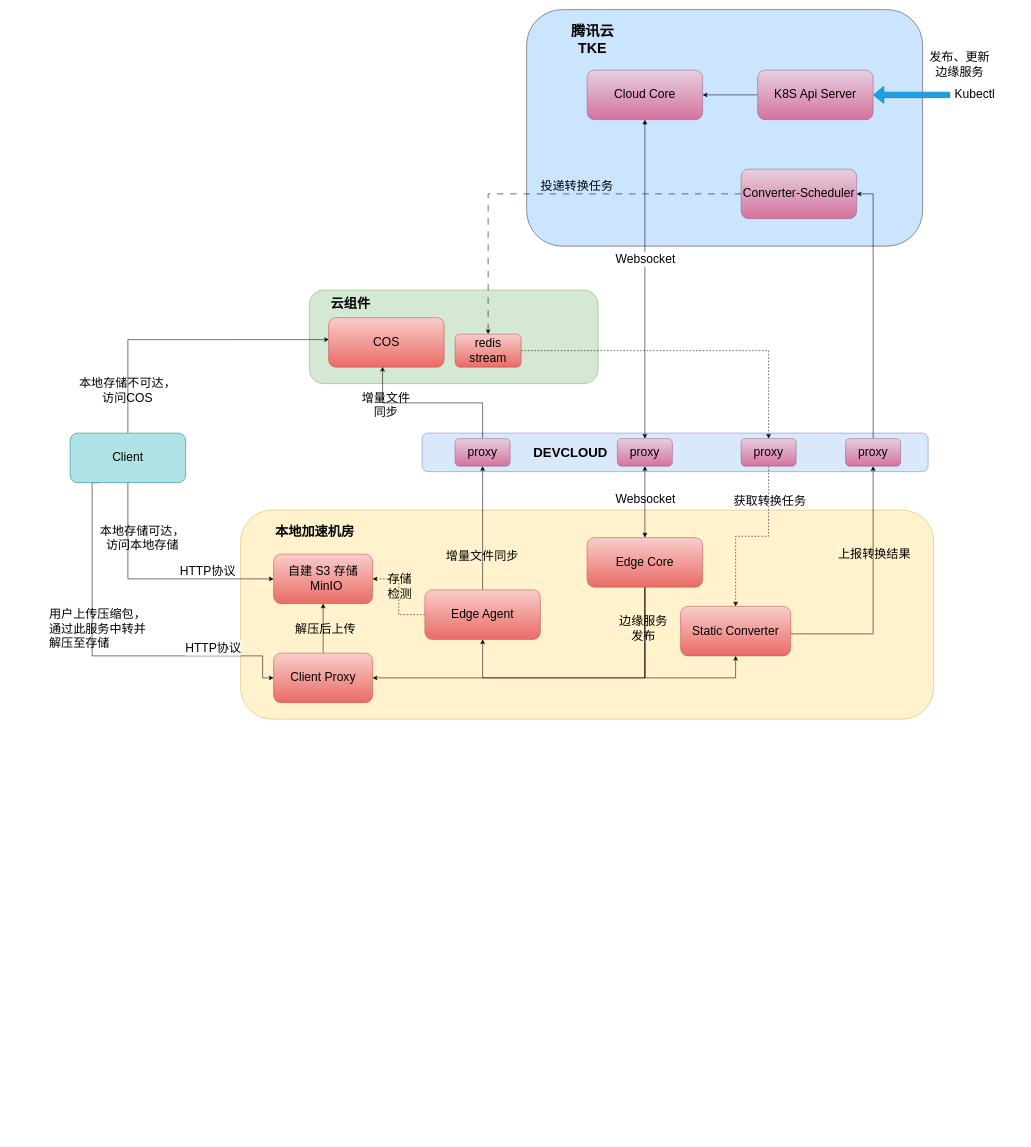
furick/design keeps this draw.io diagram as 本地存储架构-简化.drawio. Above is the earlier version. Source tidied: cells renumbered, new cells numbered last; positions are measured from the earlier drawing's top-left corner, leaving out a move shared by most shapes. Both pictures are drawn from the tidied source at 55%, with x=0, y=0 at pixel (48, 9).
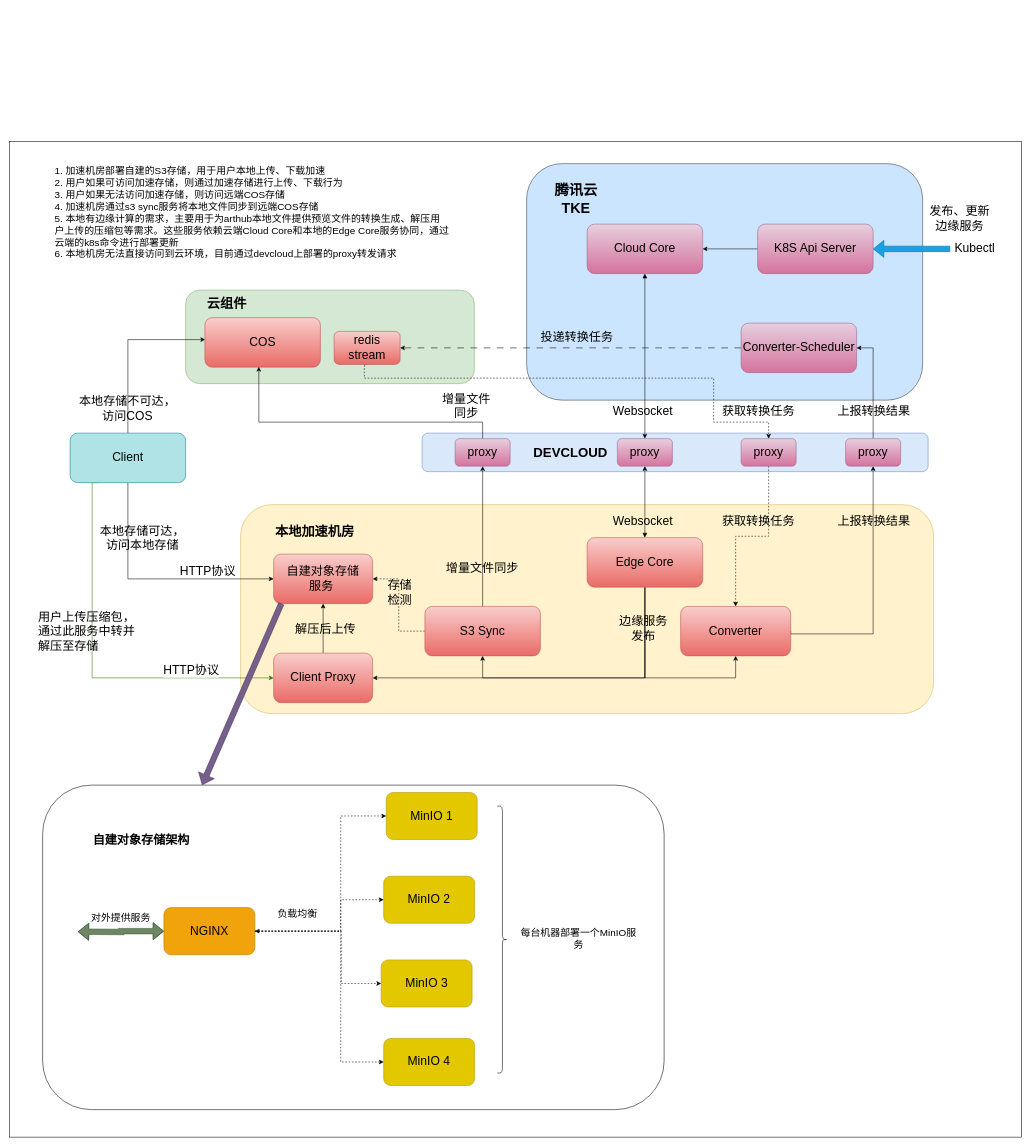
The same page after the edit.

Commit message:
更新本地存储架构-简化.drawio

Unchanged cells that the change refers to:
```xml
<mxCell id="6" style="edgeStyle=orthogonalEdgeStyle;rounded=0;jettySize=auto;html=1;exitX=1;exitY=0.5;exitDx=0;exitDy=0;entryX=0.5;entryY=1;entryDx=0;entryDy=0;" parent="1" edge="1" source="8" target="48">
  <mxGeometry relative="1" as="geometry">
    <Array as="points">
      <mxPoint x="1350" y="1135" />
      <mxPoint x="1500" y="1135" />
    </Array>
  </mxGeometry>
</mxCell>
<mxCell id="9" style="edgeStyle=orthogonalEdgeStyle;rounded=0;jettySize=auto;html=1;exitX=0;exitY=0.5;exitDx=0;exitDy=0;dashed=1;dashPattern=12 12;" parent="1" edge="1" source="11" target="13">
  <mxGeometry relative="1" as="geometry" />
</mxCell>
<mxCell id="22" value="&lt;font style=&quot;font-size: 22px;&quot;&gt;Client&lt;/font&gt;" style="rounded=1;whiteSpace=wrap;html=1;fillColor=#b0e3e6;strokeColor=#0e8088;" parent="1" vertex="1">
  <mxGeometry x="40" y="770" width="210" height="90" as="geometry" />
</mxCell>
<mxCell id="31" style="edgeStyle=orthogonalEdgeStyle;rounded=0;jettySize=auto;html=1;startArrow=block;startFill=1;entryX=0.5;entryY=0;entryDx=0;entryDy=0;" parent="1" edge="1" source="33" target="46">
  <mxGeometry relative="1" as="geometry" />
</mxCell>
<mxCell id="34" style="edgeStyle=orthogonalEdgeStyle;rounded=0;jettySize=auto;html=1;exitX=0.5;exitY=0;exitDx=0;exitDy=0;entryX=0.5;entryY=1;entryDx=0;entryDy=0;strokeColor=default;startArrow=block;startFill=1;" parent="1" edge="1" source="40" target="46">
  <mxGeometry relative="1" as="geometry" />
</mxCell>
<mxCell id="42" style="edgeStyle=orthogonalEdgeStyle;rounded=0;jettySize=auto;html=1;exitX=0.5;exitY=1;exitDx=0;exitDy=0;entryX=0.5;entryY=0;entryDx=0;entryDy=0;dashed=1;" parent="1" edge="1" source="47" target="8">
  <mxGeometry relative="1" as="geometry" />
</mxCell>
<mxCell id="44" value="proxy" style="rounded=1;whiteSpace=wrap;html=1;fontSize=22;fillColor=#e6d0de;gradientColor=#d5739d;strokeColor=#996185;" parent="1" vertex="1">
  <mxGeometry x="740" y="780" width="100" height="50" as="geometry" />
</mxCell>
<mxCell id="47" value="proxy" style="rounded=1;whiteSpace=wrap;html=1;fontSize=22;fillColor=#e6d0de;gradientColor=#d5739d;strokeColor=#996185;" parent="1" vertex="1">
  <mxGeometry x="1260" y="780" width="100" height="50" as="geometry" />
</mxCell>
<mxCell id="60" value="Client Proxy" style="rounded=1;whiteSpace=wrap;html=1;fontSize=22;fillColor=#f8cecc;gradientColor=#ea6b66;strokeColor=#b85450;" parent="1" vertex="1">
  <mxGeometry x="410" y="1170" width="180" height="90" as="geometry" />
</mxCell>
```

The edit, as a diff of the source:
```diff
@@
+    <mxCell id="62" style="rounded=0;whiteSpace=wrap;html=1;" parent="1" vertex="1">
+      <mxGeometry x="-70" y="240" width="1840" height="1810" as="geometry" />
+    </mxCell>
     <mxCell id="2" style="rounded=1;whiteSpace=wrap;html=1;fillColor=#cce5ff;strokeColor=#36393d;" parent="1" vertex="1">
-      <mxGeometry x="870" width="720" height="430" as="geometry" />
+      <mxGeometry x="870" y="280" width="720" height="430" as="geometry" />
     </mxCell>
     <mxCell id="3" style="rounded=1;whiteSpace=wrap;html=1;fillColor=#d5e8d4;strokeColor=#82b366;" parent="1" vertex="1">
-      <mxGeometry x="475" y="510" width="525" height="170" as="geometry" />
+      <mxGeometry x="250" y="510" width="525" height="170" as="geometry" />
     </mxCell>
     <mxCell id="4" style="rounded=1;whiteSpace=wrap;html=1;fillColor=#fff2cc;strokeColor=#d6b656;" parent="1" vertex="1">
-      <mxGeometry x="350" y="910" width="1260" height="380" as="geometry" />
+      <mxGeometry x="350" y="900" width="1260" height="380" as="geometry" />
     </mxCell>
@@
     <mxCell id="7" value="&lt;font style=&quot;font-size: 22px;&quot;&gt;上报转换结果&lt;/font&gt;" style="edgeLabel;html=1;align=center;verticalAlign=middle;labelBackgroundColor=none;" parent="6" vertex="1">
       <mxGeometry x="0.31" y="-1" relative="1" as="geometry">
-        <mxPoint y="1" as="offset" />
+        <mxPoint x="-1" y="-59" as="offset" />
       </mxGeometry>
     </mxCell>
-    <mxCell id="8" value="Static Converter" style="rounded=1;whiteSpace=wrap;html=1;fontSize=22;fillColor=#f8cecc;gradientColor=#ea6b66;strokeColor=#b85450;" parent="1" vertex="1">
+    <mxCell id="8" value="Converter" style="rounded=1;whiteSpace=wrap;html=1;fontSize=22;fillColor=#f8cecc;gradientColor=#ea6b66;strokeColor=#b85450;" parent="1" vertex="1">
       <mxGeometry x="1150" y="1085" width="200" height="90" as="geometry" />
     </mxCell>
@@
     <mxCell id="10" value="&lt;font style=&quot;font-size: 22px;&quot;&gt;投递转换任务&lt;/font&gt;" style="edgeLabel;html=1;align=center;verticalAlign=middle;labelBackgroundColor=none;" parent="9" vertex="1">
       <mxGeometry x="-0.16" y="-1" relative="1" as="geometry">
-        <mxPoint y="-14" as="offset" />
+        <mxPoint x="-40" y="-19" as="offset" />
       </mxGeometry>
     </mxCell>
     <mxCell id="11" value="Converter-Scheduler" style="rounded=1;whiteSpace=wrap;html=1;fontSize=22;fillColor=#e6d0de;gradientColor=#d5739d;strokeColor=#996185;" parent="1" vertex="1">
-      <mxGeometry x="1260" y="290" width="210" height="90" as="geometry" />
+      <mxGeometry x="1260" y="570" width="210" height="90" as="geometry" />
     </mxCell>
-    <mxCell id="12" style="edgeStyle=orthogonalEdgeStyle;rounded=0;jettySize=auto;html=1;entryX=0.5;entryY=0;entryDx=0;entryDy=0;dashed=1;" parent="1" edge="1" source="13" target="47">
-      <mxGeometry relative="1" as="geometry" />
+    <mxCell id="12" style="edgeStyle=orthogonalEdgeStyle;rounded=0;jettySize=auto;html=1;entryX=0.5;entryY=0;entryDx=0;entryDy=0;dashed=1;exitX=0.5;exitY=1;exitDx=0;exitDy=0;" parent="1" edge="1" source="13" target="47">
+      <mxGeometry relative="1" as="geometry">
+        <Array as="points">
+          <mxPoint x="575" y="670" />
+          <mxPoint x="1210" y="670" />
+          <mxPoint x="1210" y="750" />
+          <mxPoint x="1310" y="750" />
+        </Array>
+      </mxGeometry>
     </mxCell>
     <mxCell id="13" value="&lt;font style=&quot;font-size: 22px;&quot;&gt;redis stream&lt;/font&gt;" style="rounded=1;whiteSpace=wrap;html=1;fillColor=#f8cecc;gradientColor=#ea6b66;strokeColor=#b85450;" parent="1" vertex="1">
-      <mxGeometry x="740" y="590" width="120" height="60" as="geometry" />
+      <mxGeometry x="520" y="585" width="120" height="60" as="geometry" />
     </mxCell>
-    <mxCell id="14" value="自建 S3 存储&lt;br style=&quot;font-size: 22px;&quot;&gt;&amp;nbsp; &amp;nbsp;MinIO&lt;span style=&quot;white-space: pre; font-size: 22px;&quot;&gt; &lt;/span&gt;" style="rounded=1;whiteSpace=wrap;html=1;fontSize=22;fillColor=#f8cecc;gradientColor=#ea6b66;strokeColor=#b85450;" parent="1" vertex="1">
+    <mxCell id="14" value="自建对象存储&lt;br&gt;服务&lt;span style=&quot;white-space: pre; font-size: 22px;&quot;&gt; &lt;/span&gt;" style="rounded=1;whiteSpace=wrap;html=1;fontSize=22;fillColor=#f8cecc;gradientColor=#ea6b66;strokeColor=#b85450;" parent="1" vertex="1">
       <mxGeometry x="410" y="990" width="180" height="90" as="geometry" />
     </mxCell>
@@
-    <mxCell id="20" style="edgeStyle=orthogonalEdgeStyle;rounded=0;jettySize=auto;html=1;exitX=0.25;exitY=1;exitDx=0;exitDy=0;entryX=0;entryY=0.5;entryDx=0;entryDy=0;" parent="1" edge="1" source="22" target="60">
+    <mxCell id="20" style="edgeStyle=orthogonalEdgeStyle;rounded=0;jettySize=auto;html=1;exitX=0.25;exitY=1;exitDx=0;exitDy=0;entryX=0;entryY=0.5;entryDx=0;entryDy=0;fillColor=#60a917;strokeColor=#2D7600;" parent="1" edge="1" source="22" target="60">
       <mxGeometry relative="1" as="geometry">
         <Array as="points">
           <mxPoint x="80" y="860" />
-          <mxPoint x="80" y="1175" />
-          <mxPoint x="390" y="1175" />
-          <mxPoint x="390" y="1215" />
+          <mxPoint x="80" y="1215" />
         </Array>
       </mxGeometry>
     </mxCell>
@@
     <mxCell id="23" value="&lt;font style=&quot;font-size: 22px;&quot;&gt;COS&lt;/font&gt;" style="rounded=1;whiteSpace=wrap;html=1;fillColor=#f8cecc;gradientColor=#ea6b66;strokeColor=#b85450;" parent="1" vertex="1">
-      <mxGeometry x="510" y="560" width="210" height="90" as="geometry" />
+      <mxGeometry x="285" y="560" width="210" height="90" as="geometry" />
     </mxCell>
     <mxCell id="24" style="edgeStyle=orthogonalEdgeStyle;rounded=0;jettySize=auto;html=1;exitX=0.5;exitY=0;exitDx=0;exitDy=0;entryX=0.467;entryY=0.994;entryDx=0;entryDy=0;entryPerimeter=0;" parent="1" edge="1" source="44" target="23">
-      <mxGeometry relative="1" as="geometry" />
+      <mxGeometry relative="1" as="geometry">
+        <Array as="points">
+          <mxPoint x="790" y="750" />
+          <mxPoint x="383" y="750" />
+        </Array>
+      </mxGeometry>
     </mxCell>
     <mxCell id="25" value="&lt;font style=&quot;font-size: 22px;&quot;&gt;增量文件&lt;br&gt;同步&lt;/font&gt;" style="edgeLabel;html=1;align=center;verticalAlign=middle;labelBackgroundColor=none;" parent="24" vertex="1">
-      <mxGeometry x="0.55" y="3" relative="1" as="geometry" />
+      <mxGeometry x="0.55" y="3" relative="1" as="geometry">
+        <mxPoint x="356" y="-33" as="offset" />
+      </mxGeometry>
     </mxCell>
@@
-    <mxCell id="30" value="Edge Agent" style="rounded=1;whiteSpace=wrap;html=1;fontSize=22;fillColor=#f8cecc;gradientColor=#ea6b66;strokeColor=#b85450;" parent="1" vertex="1">
-      <mxGeometry x="685" y="1055" width="210" height="90" as="geometry" />
+    <mxCell id="30" value="S3 Sync" style="rounded=1;whiteSpace=wrap;html=1;fontSize=22;fillColor=#f8cecc;gradientColor=#ea6b66;strokeColor=#b85450;" parent="1" vertex="1">
+      <mxGeometry x="685" y="1085" width="210" height="90" as="geometry" />
     </mxCell>
@@
-    <mxCell id="32" value="&lt;font style=&quot;font-size: 22px;&quot;&gt;Websocket&lt;/font&gt;" style="edgeLabel;html=1;align=center;verticalAlign=middle;" parent="31" vertex="1">
-      <mxGeometry x="-0.14" y="-4" relative="1" as="geometry">
-        <mxPoint x="4" y="4" as="offset" />
-      </mxGeometry>
-    </mxCell>
     <mxCell id="33" value="Cloud Core" style="rounded=1;whiteSpace=wrap;html=1;fontSize=22;fillColor=#e6d0de;gradientColor=#d5739d;strokeColor=#996185;" parent="1" vertex="1">
-      <mxGeometry x="980" y="110" width="210" height="90" as="geometry" />
+      <mxGeometry x="980" y="390" width="210" height="90" as="geometry" />
     </mxCell>
@@
     <mxCell id="35" value="&lt;font style=&quot;font-size: 22px;&quot;&gt;Websocket&lt;/font&gt;" style="edgeLabel;html=1;align=center;verticalAlign=middle;labelBackgroundColor=none;" parent="34" vertex="1">
-      <mxGeometry x="0.07" relative="1" as="geometry" />
+      <mxGeometry x="0.07" relative="1" as="geometry">
+        <mxPoint x="-5" y="40" as="offset" />
+      </mxGeometry>
     </mxCell>
@@
     <mxCell id="43" value="&lt;font style=&quot;font-size: 22px;&quot;&gt;获取转换任务&lt;/font&gt;" style="edgeLabel;html=1;align=center;verticalAlign=middle;labelBackgroundColor=none;" parent="42" vertex="1">
-      <mxGeometry x="-0.6" y="1" relative="1" as="geometry" />
+      <mxGeometry x="-0.6" y="1" relative="1" as="geometry">
+        <mxPoint x="-21" y="37" as="offset" />
+      </mxGeometry>
     </mxCell>
@@
     <mxCell id="49" style="group;fontSize=22;" parent="1" vertex="1">
-      <mxGeometry x="1290" y="110" width="410" height="90" as="geometry" />
+      <mxGeometry x="1290" y="390" width="410" height="90" as="geometry" />
     </mxCell>
@@
     <mxCell id="55" value="&lt;span style=&quot;font-size: 24px;&quot;&gt;&lt;b&gt;云组件&lt;/b&gt;&lt;/span&gt;" style="text;html=1;strokeColor=none;fillColor=none;align=center;verticalAlign=middle;whiteSpace=wrap;rounded=0;" parent="1" vertex="1">
-      <mxGeometry x="500" y="520" width="100" height="30" as="geometry" />
+      <mxGeometry x="275" y="520" width="100" height="30" as="geometry" />
     </mxCell>
     <mxCell id="56" value="&lt;span style=&quot;font-size: 26px;&quot;&gt;&lt;b&gt;腾讯云TKE&lt;/b&gt;&lt;/span&gt;" style="text;html=1;strokeColor=none;fillColor=none;align=center;verticalAlign=middle;whiteSpace=wrap;rounded=0;" parent="1" vertex="1">
-      <mxGeometry x="930" y="40" width="120" height="30" as="geometry" />
+      <mxGeometry x="900" y="330" width="120" height="30" as="geometry" />
     </mxCell>
     <mxCell id="57" value="&lt;font style=&quot;font-size: 22px;&quot;&gt;发布、更新边缘服务&lt;/font&gt;" style="text;html=1;strokeColor=none;fillColor=none;align=center;verticalAlign=middle;whiteSpace=wrap;rounded=0;" parent="1" vertex="1">
-      <mxGeometry x="1600" y="80" width="115" height="40" as="geometry" />
+      <mxGeometry x="1600" y="360" width="115" height="40" as="geometry" />
     </mxCell>
@@
     <mxCell id="61" value="&lt;span style=&quot;font-size: 22px;&quot;&gt;用户上传压缩包，通过此服务中转并解压至存储&lt;/span&gt;" style="text;whiteSpace=wrap;html=1;" parent="1" vertex="1">
-      <mxGeometry y="1080" width="190" height="80" as="geometry" />
+      <mxGeometry x="-20" y="1085" width="190" height="80" as="geometry" />
     </mxCell>
+    <mxCell id="32" value="&lt;font style=&quot;font-size: 22px;&quot;&gt;Websocket&lt;/font&gt;" style="edgeLabel;html=1;align=center;verticalAlign=middle;labelBackgroundColor=none;" parent="1" vertex="1">
+      <mxGeometry x="1080" y="730" as="geometry" />
+    </mxCell>
+    <mxCell id="63" value="&lt;font style=&quot;font-size: 22px;&quot;&gt;获取转换任务&lt;/font&gt;" style="edgeLabel;html=1;align=center;verticalAlign=middle;labelBackgroundColor=none;" parent="1" vertex="1">
+      <mxGeometry x="1290" y="730" as="geometry" />
+    </mxCell>
+    <mxCell id="64" value="&lt;font style=&quot;font-size: 22px;&quot;&gt;上报转换结果&lt;/font&gt;" style="edgeLabel;html=1;align=center;verticalAlign=middle;labelBackgroundColor=none;" parent="1" vertex="1">
+      <mxGeometry x="1500" y="730" as="geometry" />
+    </mxCell>
+    <mxCell id="65" value="&lt;font style=&quot;font-size: 18px;&quot;&gt;1. 加速机房部署自建的S3存储，用于用户本地上传、下载加速&lt;br&gt;2. 用户如果可访问加速存储，则通过加速存储进行上传、下载行为&lt;br&gt;3. 用户如果无法访问加速存储，则访问远端COS存储&lt;br&gt;4. 加速机房通过s3 sync服务将本地文件同步到远端COS存储&lt;br&gt;5. 本地有边缘计算的需求，主要用于为arthub本地文件提供预览文件的转换生成、解压用户上传的压缩包等需求。这些服务依赖云端Cloud Core和本地的Edge Core服务协同，通过云端的k8s命令进行部署更新&lt;br&gt;6. 本地机房无法直接访问到云环境，目前通过devcloud上部署的proxy转发请求&lt;br&gt;&lt;/font&gt;" style="text;html=1;strokeColor=none;fillColor=none;align=left;verticalAlign=middle;whiteSpace=wrap;rounded=0;" parent="1" vertex="1">
+      <mxGeometry x="10" y="270" width="720" height="200" as="geometry" />
+    </mxCell>
+    <mxCell id="66" style="shape=flexArrow;endArrow=classic;html=1;rounded=0;fillColor=#76608a;strokeColor=#432D57;" parent="1" edge="1">
+      <mxGeometry relative="1" as="geometry">
+        <mxPoint x="424" y="1080" as="sourcePoint" />
+        <mxPoint x="280" y="1410" as="targetPoint" />
+      </mxGeometry>
+    </mxCell>
+    <mxCell id="67" style="group;" parent="1" vertex="1">
+      <mxGeometry x="-10" y="1410" width="1130" height="590" as="geometry" />
+    </mxCell>
+    <mxCell id="68" style="rounded=1;whiteSpace=wrap;html=1;" parent="67" vertex="1">
+      <mxGeometry width="1130" height="590" as="geometry" />
+    </mxCell>
+    <mxCell id="69" style="edgeStyle=orthogonalEdgeStyle;shape=flexArrow;rounded=0;jettySize=auto;html=1;exitX=0;exitY=0.5;exitDx=0;exitDy=0;startArrow=block;fillColor=#6d8764;strokeColor=#3A5431;" parent="67" edge="1" source="70">
+      <mxGeometry relative="1" as="geometry">
+        <mxPoint x="64.3" y="266.5" as="targetPoint" />
+      </mxGeometry>
+    </mxCell>
+    <mxCell id="70" value="NGINX" style="rounded=1;whiteSpace=wrap;html=1;fontSize=22;fillColor=#f0a30a;strokeColor=#BD7000;fontColor=#000000;" parent="67" vertex="1">
+      <mxGeometry x="220.5" y="222.7" width="165.4" height="85.6" as="geometry" />
+    </mxCell>
+    <mxCell id="71" value="MinIO 1" style="rounded=1;whiteSpace=wrap;html=1;fontSize=22;fillColor=#e3c800;strokeColor=#B09500;fontColor=#000000;" parent="67" vertex="1">
+      <mxGeometry x="624.7" y="13.3" width="165.4" height="85.6" as="geometry" />
+    </mxCell>
+    <mxCell id="72" style="edgeStyle=orthogonalEdgeStyle;rounded=0;jettySize=auto;html=1;exitX=1;exitY=0.5;exitDx=0;exitDy=0;entryX=0;entryY=0.5;entryDx=0;entryDy=0;dashed=1;" parent="67" edge="1" source="70" target="71">
+      <mxGeometry relative="1" as="geometry">
+        <Array as="points">
+          <mxPoint x="542" y="265.5" />
+          <mxPoint x="542" y="56.1" />
+        </Array>
+      </mxGeometry>
+    </mxCell>
+    <mxCell id="73" value="MinIO 2" style="rounded=1;whiteSpace=wrap;html=1;fontSize=22;fillColor=#e3c800;strokeColor=#B09500;fontColor=#000000;" parent="67" vertex="1">
+      <mxGeometry x="620.1" y="165.6" width="165.4" height="85.6" as="geometry" />
+    </mxCell>
+    <mxCell id="74" style="edgeStyle=orthogonalEdgeStyle;rounded=0;jettySize=auto;html=1;exitX=1;exitY=0.5;exitDx=0;exitDy=0;entryX=0;entryY=0.5;entryDx=0;entryDy=0;dashed=1;" parent="67" edge="1" source="70" target="73">
+      <mxGeometry relative="1" as="geometry">
+        <Array as="points">
+          <mxPoint x="542" y="265.5" />
+          <mxPoint x="542" y="208.4" />
+        </Array>
+      </mxGeometry>
+    </mxCell>
+    <mxCell id="75" value="MinIO 3" style="rounded=1;whiteSpace=wrap;html=1;fontSize=22;fillColor=#e3c800;strokeColor=#B09500;fontColor=#000000;" parent="67" vertex="1">
+      <mxGeometry x="615.5" y="317.8" width="165.4" height="85.6" as="geometry" />
+    </mxCell>
+    <mxCell id="76" style="edgeStyle=orthogonalEdgeStyle;rounded=0;jettySize=auto;html=1;exitX=1;exitY=0.5;exitDx=0;exitDy=0;entryX=0;entryY=0.5;entryDx=0;entryDy=0;dashed=1;" parent="67" edge="1" source="70" target="75">
+      <mxGeometry relative="1" as="geometry">
+        <Array as="points">
+          <mxPoint x="543" y="265.5" />
+          <mxPoint x="543" y="360.7" />
+        </Array>
+      </mxGeometry>
+    </mxCell>
+    <mxCell id="77" value="MinIO 4" style="rounded=1;whiteSpace=wrap;html=1;fontSize=22;fillColor=#e3c800;strokeColor=#B09500;fontColor=#000000;" parent="67" vertex="1">
+      <mxGeometry x="620.1" y="460.6" width="165.4" height="85.6" as="geometry" />
+    </mxCell>
+    <mxCell id="78" style="edgeStyle=orthogonalEdgeStyle;rounded=0;jettySize=auto;html=1;exitX=1;exitY=0.5;exitDx=0;exitDy=0;entryX=0;entryY=0.5;entryDx=0;entryDy=0;startArrow=classic;startFill=1;dashed=1;" parent="67" edge="1" source="70" target="77">
+      <mxGeometry relative="1" as="geometry">
+        <Array as="points">
+          <mxPoint x="542" y="265.5" />
+          <mxPoint x="542" y="503.4" />
+        </Array>
+      </mxGeometry>
+    </mxCell>
+    <mxCell id="79" value="&lt;font style=&quot;font-size: 18px;&quot;&gt;对外提供服务&lt;/font&gt;" style="text;html=1;strokeColor=none;fillColor=none;align=center;verticalAlign=middle;whiteSpace=wrap;rounded=0;" parent="67" vertex="1">
+      <mxGeometry x="82.7" y="227.4" width="119.4" height="28.5" as="geometry" />
+    </mxCell>
+    <mxCell id="80" value="&lt;font style=&quot;font-size: 18px;&quot;&gt;负载均衡&lt;/font&gt;" style="text;html=1;strokeColor=none;fillColor=none;align=center;verticalAlign=middle;whiteSpace=wrap;rounded=0;" parent="67" vertex="1">
+      <mxGeometry x="421.7" y="222.7" width="82.7" height="24.7" as="geometry" />
+    </mxCell>
+    <mxCell id="81" value="&lt;span style=&quot;font-size: 18px;&quot;&gt;每台机器部署一个MinIO服务&lt;/span&gt;" style="text;html=1;strokeColor=none;fillColor=none;align=center;verticalAlign=middle;whiteSpace=wrap;rounded=0;" parent="67" vertex="1">
+      <mxGeometry x="863.6" y="241.7" width="220.5" height="76.1" as="geometry" />
+    </mxCell>
+    <mxCell id="82" style="shape=curlyBracket;whiteSpace=wrap;html=1;rounded=1;flipH=1;labelPosition=right;verticalLabelPosition=middle;align=left;verticalAlign=middle;" parent="67" vertex="1">
+      <mxGeometry x="826.8" y="38.1" width="18.4" height="485.3" as="geometry" />
+    </mxCell>
+    <mxCell id="83" value="&lt;font style=&quot;font-size: 22px;&quot;&gt;&lt;b&gt;自建对象存储架构&lt;/b&gt;&lt;/font&gt;" style="text;html=1;strokeColor=none;fillColor=none;align=center;verticalAlign=middle;whiteSpace=wrap;rounded=0;" parent="67" vertex="1">
+      <mxGeometry x="82.7" y="85.6" width="192.9" height="28.5" as="geometry" />
+    </mxCell>
```
